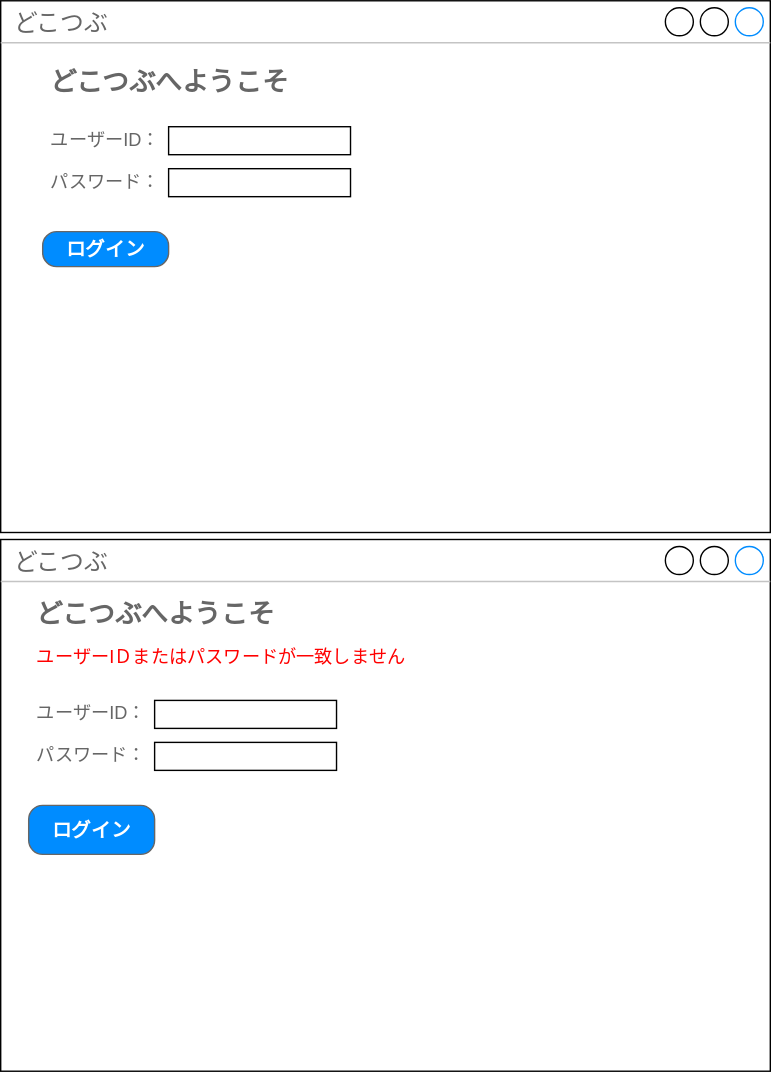
Geon9/0624 keeps this draw.io diagram as 0624/src/main/webapp/画面設計.drawio.svg. Above is the earlier version. Source tidied: cells renumbered, new cells last; positions are measured from the earlier drawing's top-left corner, leaving out a move shared by most shapes.
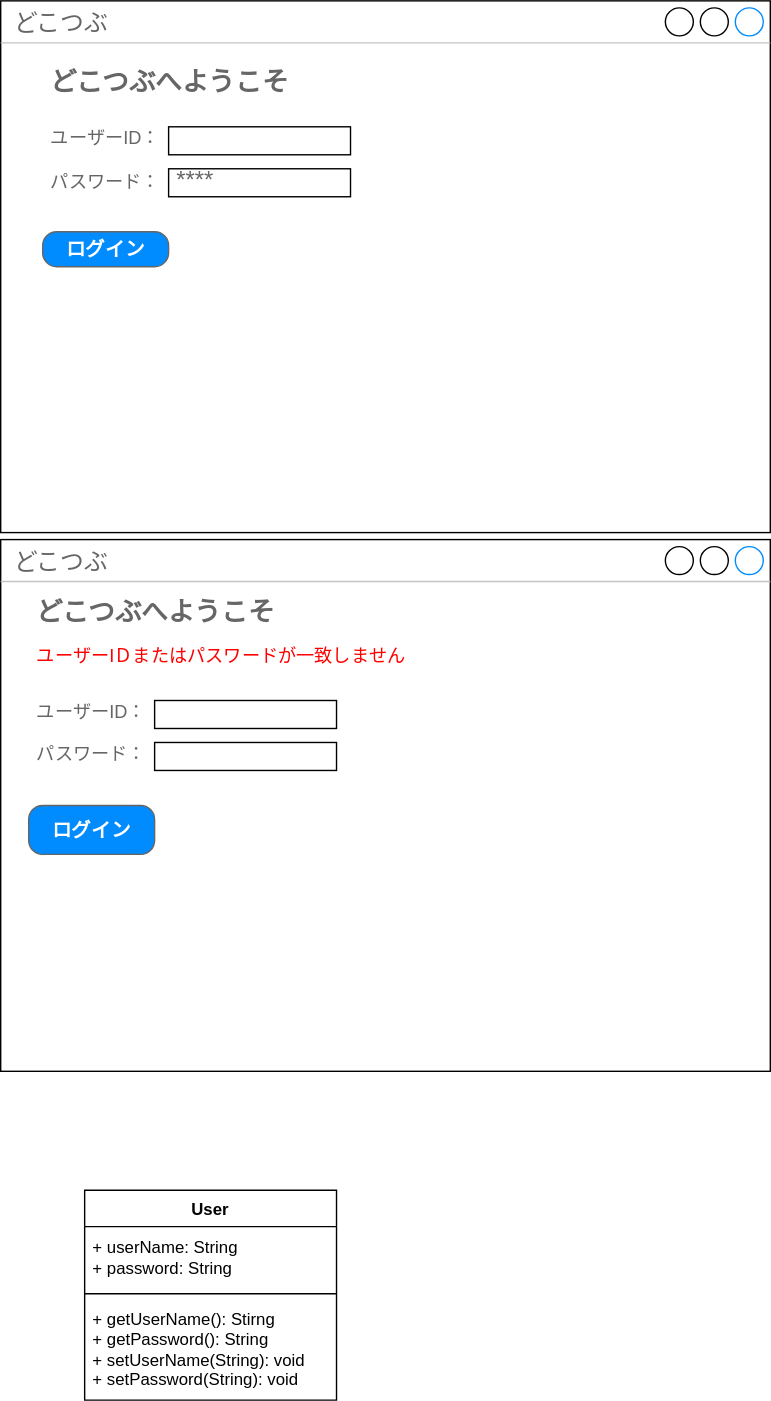
After the commit.

Commit message:
画面設計.drawio.svg を更新します

Change to the diagram source:
```diff
@@ -17,7 +17,7 @@
     <mxCell id="6" style="strokeWidth=1;shadow=0;dashed=0;align=center;html=1;shape=mxgraph.mockup.text.textBox;fontColor=#666666;align=left;fontSize=17;spacingLeft=4;spacingTop=-3;whiteSpace=wrap;strokeColor=default;mainText=;" parent="1" vertex="1">
       <mxGeometry x="120" y="90" width="130" height="20" as="geometry" />
     </mxCell>
-    <mxCell id="7" style="strokeWidth=1;shadow=0;dashed=0;align=center;html=1;shape=mxgraph.mockup.text.textBox;fontColor=#666666;align=left;fontSize=17;spacingLeft=4;spacingTop=-3;whiteSpace=wrap;strokeColor=default;mainText=;" parent="1" vertex="1">
+    <mxCell id="7" value="****" style="strokeWidth=1;shadow=0;dashed=0;align=center;html=1;shape=mxgraph.mockup.text.textBox;fontColor=#666666;align=left;fontSize=17;spacingLeft=4;spacingTop=-3;whiteSpace=wrap;strokeColor=default;mainText=;" parent="1" vertex="1">
       <mxGeometry x="120" y="120" width="130" height="20" as="geometry" />
     </mxCell>
     <mxCell id="8" value="ログイン" style="strokeWidth=1;shadow=0;dashed=0;align=center;html=1;shape=mxgraph.mockup.buttons.button;strokeColor=#666666;fontColor=#ffffff;mainText=;buttonStyle=round;fontSize=14;fontStyle=1;fillColor=#008cff;whiteSpace=wrap;" parent="1" vertex="1">
@@ -47,5 +47,17 @@
     <mxCell id="16" value="ユーザーIＤまたはパスワードが一致しません" style="strokeWidth=1;shadow=0;dashed=0;align=center;html=1;shape=mxgraph.mockup.text.textBox;fontColor=#FF0000;align=left;fontSize=13;spacingLeft=4;spacingTop=-3;whiteSpace=wrap;strokeColor=none;mainText=;fontStyle=0;fillColor=none;" parent="1" vertex="1">
       <mxGeometry x="20" y="440" width="460" height="60" as="geometry" />
     </mxCell>
+    <mxCell id="17" value="User" style="swimlane;fontStyle=1;align=center;verticalAlign=top;horizontal=1;startSize=26;whiteSpace=wrap;html=1;" parent="1" vertex="1">
+      <mxGeometry x="60" y="850" width="180" height="150" as="geometry" />
+    </mxCell>
+    <mxCell id="18" value="+ userName: String&lt;div&gt;+ password: String&lt;/div&gt;" style="text;strokeColor=none;fillColor=none;align=left;verticalAlign=middle;spacingLeft=4;spacingRight=4;overflow=hidden;whiteSpace=wrap;html=1;" parent="17" vertex="1">
+      <mxGeometry y="26" width="180" height="44" as="geometry" />
+    </mxCell>
+    <mxCell id="19" style="line;strokeWidth=1;fillColor=none;align=left;verticalAlign=middle;spacingTop=-1;spacingLeft=3;spacingRight=3;labelPosition=right;strokeColor=inherit;" parent="17" vertex="1">
+      <mxGeometry y="70" width="180" height="8" as="geometry" />
+    </mxCell>
+    <mxCell id="20" value="+ getUserName(): Stirng&lt;div&gt;+ getPassword(): String&lt;/div&gt;&lt;div&gt;+ setUserName(String): void&lt;/div&gt;&lt;div&gt;+ setPassword(String): void&lt;/div&gt;" style="text;strokeColor=none;fillColor=none;align=left;verticalAlign=middle;spacingLeft=4;spacingRight=4;overflow=hidden;whiteSpace=wrap;html=1;" parent="17" vertex="1">
+      <mxGeometry y="78" width="180" height="72" as="geometry" />
+    </mxCell>
   </root>
 </mxGraphModel>
```
